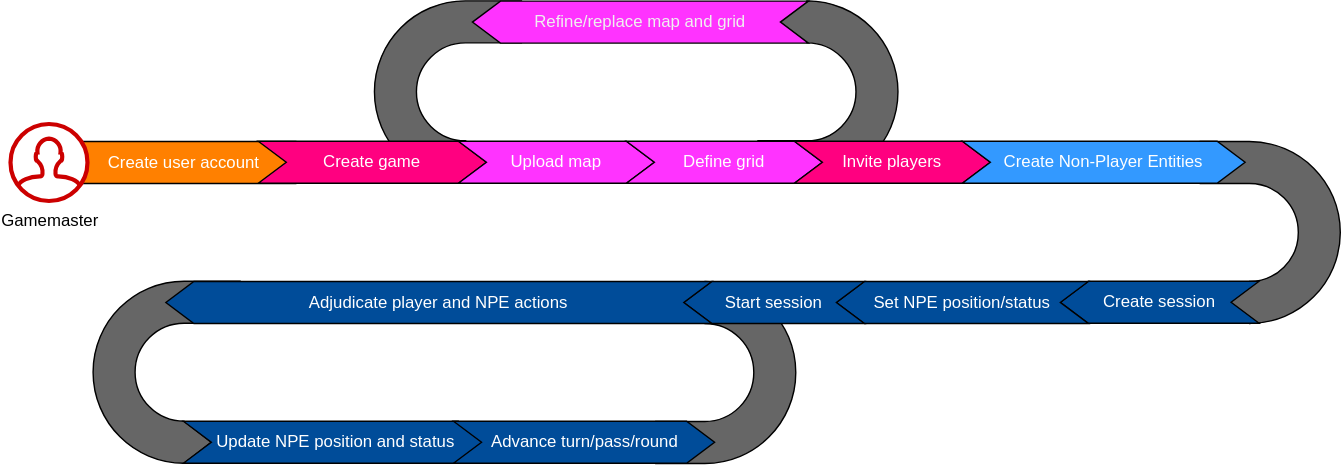
The draw.io diagram packages/docs/assets/gm-journey.drawio.svg in adamfitzpatrick/grid-wolf, before a commit. Source tidied: cells renumbered, new cells last; positions are measured from the earlier drawing's top-left corner, leaving out a move shared by most shapes. Source of this version:
```xml
<mxGraphModel background="#FFFFFF">
  <root>
    <mxCell id="0" />
    <mxCell id="1" parent="0" />
    <mxCell id="2" style="html=1;shadow=0;dashed=0;align=center;verticalAlign=middle;shape=mxgraph.arrows2.uTurnArrow;dy=15;arrowHead=30;dx2=19.3;strokeColor=default;strokeWidth=1;fillColor=#666666;flipV=0;flipH=1;" parent="1" vertex="1">
      <mxGeometry x="461" y="200.5" width="100" height="130" as="geometry" />
    </mxCell>
    <mxCell id="3" style="html=1;shadow=0;dashed=0;align=center;verticalAlign=middle;shape=mxgraph.arrows2.uTurnArrow;dy=15;arrowHead=30;dx2=19.3;strokeColor=default;strokeWidth=1;fillColor=#666666;flipV=1;flipH=1;" parent="1" vertex="1">
      <mxGeometry x="850" y="100.5" width="100" height="130" as="geometry" />
    </mxCell>
    <mxCell id="4" value="Create user account" style="shape=step;perimeter=stepPerimeter;whiteSpace=wrap;html=1;fixedSize=1;fillColor=#ff8000;fontColor=#ffffff;strokeColor=default;strokeWidth=1;" parent="1" vertex="1">
      <mxGeometry x="24" y="100.5" width="200" height="30" as="geometry" />
    </mxCell>
    <mxCell id="5" value="Gamemaster" style="html=1;verticalLabelPosition=bottom;align=center;labelBackgroundColor=#ffffff;verticalAlign=top;strokeWidth=3;strokeColor=#CC0000;shadow=0;dashed=0;shape=mxgraph.ios7.icons.user;sketch=0;fontColor=#000000;fillColor=#FFFFFF;" parent="1" vertex="1">
      <mxGeometry y="88" width="55" height="55" as="geometry" />
    </mxCell>
    <mxCell id="6" style="html=1;shadow=0;dashed=0;align=center;verticalAlign=middle;shape=mxgraph.arrows2.uTurnArrow;dy=15;arrowHead=30;dx2=19.3;strokeColor=default;strokeWidth=1;fillColor=#666666;flipV=1;flipH=0;" parent="1" vertex="1">
      <mxGeometry x="260" width="105" height="130" as="geometry" />
    </mxCell>
    <mxCell id="7" style="html=1;shadow=0;dashed=0;align=center;verticalAlign=middle;shape=mxgraph.arrows2.uTurnArrow;dy=15;arrowHead=30;dx2=19.3;strokeColor=default;strokeWidth=1;fillColor=#666666;flipV=0;flipH=1;" parent="1" vertex="1">
      <mxGeometry x="534" width="100" height="130" as="geometry" />
    </mxCell>
    <mxCell id="8" value="Create game" style="shape=step;perimeter=stepPerimeter;whiteSpace=wrap;html=1;fixedSize=1;fillColor=#ff0080;fontColor=#ffffff;strokeColor=default;strokeWidth=1;" parent="1" vertex="1">
      <mxGeometry x="177" y="100.3" width="163" height="30" as="geometry" />
    </mxCell>
    <mxCell id="9" value="Upload map" style="shape=step;perimeter=stepPerimeter;whiteSpace=wrap;html=1;fixedSize=1;fillColor=#ff33ff;fontColor=#ffffff;strokeColor=default;strokeWidth=1;" parent="1" vertex="1">
      <mxGeometry x="320" y="100.3" width="140" height="30" as="geometry" />
    </mxCell>
    <mxCell id="10" value="Define grid" style="shape=step;perimeter=stepPerimeter;whiteSpace=wrap;html=1;fixedSize=1;fillColor=#ff33ff;fontColor=#ffffff;strokeColor=default;strokeWidth=1;" parent="1" vertex="1">
      <mxGeometry x="440" y="100.3" width="140" height="30" as="geometry" />
    </mxCell>
    <mxCell id="11" value="&lt;span style=&quot;color: rgb(240, 240, 240);&quot;&gt;Refine/replace map and grid&lt;/span&gt;" style="shape=step;perimeter=stepPerimeter;whiteSpace=wrap;html=1;fixedSize=1;fillColor=#ff33ff;fontColor=#ffffff;strokeColor=default;flipH=1;" parent="1" vertex="1">
      <mxGeometry x="330" y="0.2" width="240" height="30" as="geometry" />
    </mxCell>
    <mxCell id="12" value="Invite players" style="shape=step;perimeter=stepPerimeter;whiteSpace=wrap;html=1;fixedSize=1;fillColor=#ff0080;fontColor=#ffffff;strokeColor=default;strokeWidth=1;" parent="1" vertex="1">
      <mxGeometry x="560" y="100.3" width="140" height="30" as="geometry" />
    </mxCell>
    <mxCell id="13" value="Create Non-Player Entities" style="shape=step;perimeter=stepPerimeter;whiteSpace=wrap;html=1;fixedSize=1;fillColor=#3399FF;fontColor=#ffffff;strokeColor=default;strokeWidth=1;" parent="1" vertex="1">
      <mxGeometry x="680" y="100.3" width="202" height="30" as="geometry" />
    </mxCell>
    <mxCell id="14" value="Create session" style="shape=step;perimeter=stepPerimeter;whiteSpace=wrap;html=1;fixedSize=1;fillColor=#004C99;fontColor=#ffffff;strokeColor=default;flipH=1;strokeWidth=1;" parent="1" vertex="1">
      <mxGeometry x="750" y="200.3" width="142" height="30" as="geometry" />
    </mxCell>
    <mxCell id="15" value="Set NPE position/status" style="shape=step;perimeter=stepPerimeter;whiteSpace=wrap;html=1;fixedSize=1;fillColor=#004C99;fontColor=#ffffff;strokeColor=default;flipH=1;strokeWidth=1;" parent="1" vertex="1">
      <mxGeometry x="590" y="200.5" width="180" height="30" as="geometry" />
    </mxCell>
    <mxCell id="16" value="Start session" style="shape=step;perimeter=stepPerimeter;whiteSpace=wrap;html=1;fixedSize=1;fillColor=#004C99;fontColor=#ffffff;strokeColor=default;flipH=1;strokeWidth=1;" parent="1" vertex="1">
      <mxGeometry x="481" y="200.5" width="129" height="30" as="geometry" />
    </mxCell>
    <mxCell id="17" style="html=1;shadow=0;dashed=0;align=center;verticalAlign=middle;shape=mxgraph.arrows2.uTurnArrow;dy=15;arrowHead=30;dx2=19.3;strokeColor=default;strokeWidth=1;fillColor=#666666;flipV=1;flipH=0;" parent="1" vertex="1">
      <mxGeometry x="59" y="200.3" width="105" height="130" as="geometry" />
    </mxCell>
    <mxCell id="18" value="Adjudicate player and NPE actions" style="shape=step;perimeter=stepPerimeter;whiteSpace=wrap;html=1;fixedSize=1;fillColor=#004C99;fontColor=#ffffff;strokeColor=default;flipH=1;strokeWidth=1;" parent="1" vertex="1">
      <mxGeometry x="111" y="200.5" width="390" height="30" as="geometry" />
    </mxCell>
    <mxCell id="19" value="Update NPE position and status" style="shape=step;perimeter=stepPerimeter;whiteSpace=wrap;html=1;fixedSize=1;fillColor=#004C99;fontColor=#ffffff;strokeColor=default;flipH=0;strokeWidth=1;" parent="1" vertex="1">
      <mxGeometry x="123.5" y="300.3" width="216.5" height="30" as="geometry" />
    </mxCell>
    <mxCell id="20" value="Advance turn/pass/round" style="shape=step;perimeter=stepPerimeter;whiteSpace=wrap;html=1;fixedSize=1;fillColor=#004C99;fontColor=#ffffff;strokeColor=default;flipH=0;strokeWidth=1;" parent="1" vertex="1">
      <mxGeometry x="316.5" y="300.3" width="186.5" height="30" as="geometry" />
    </mxCell>
  </root>
</mxGraphModel>
```
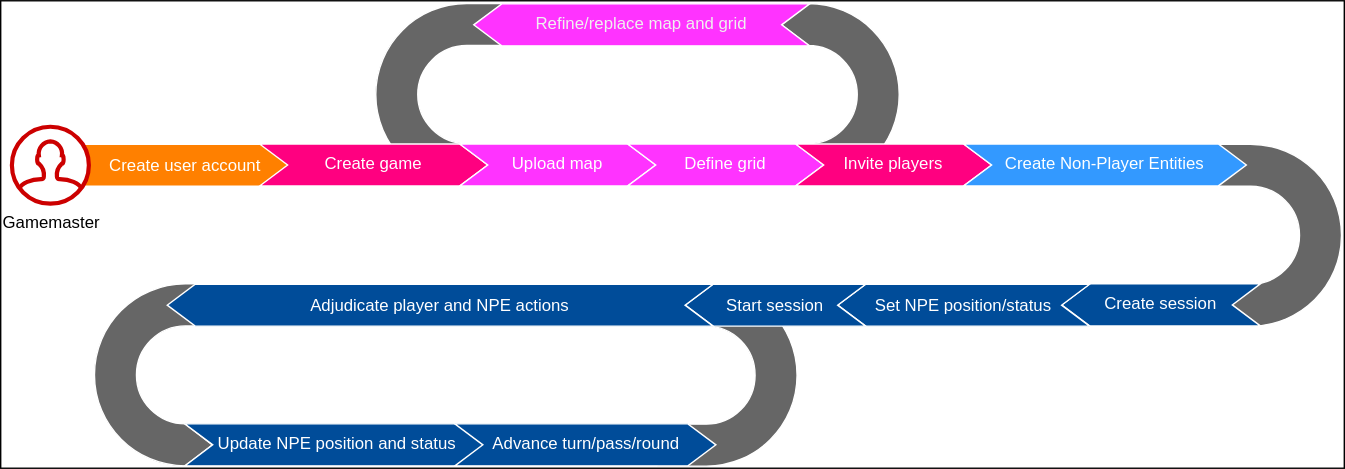
Later version of the same file.

Commit message:
Correct color problems in diagrams

Diff of the diagram source:
```diff
@@ -1,62 +1,65 @@
-<mxGraphModel background="#FFFFFF">
+<mxGraphModel>
   <root>
     <mxCell id="0" />
     <mxCell id="1" parent="0" />
+    <mxCell id="21" style="rounded=0;whiteSpace=wrap;html=1;strokeColor=default;fillColor=#FFFFFF;" parent="1" vertex="1">
+      <mxGeometry x="-8" y="-2" width="960" height="334" as="geometry" />
+    </mxCell>
-    <mxCell id="2" style="html=1;shadow=0;dashed=0;align=center;verticalAlign=middle;shape=mxgraph.arrows2.uTurnArrow;dy=15;arrowHead=30;dx2=19.3;strokeColor=default;strokeWidth=1;fillColor=#666666;flipV=0;flipH=1;" parent="1" vertex="1">
+    <mxCell id="2" style="html=1;shadow=0;dashed=0;align=center;verticalAlign=middle;shape=mxgraph.arrows2.uTurnArrow;dy=15;arrowHead=30;dx2=19.3;strokeColor=#FFFFFF;strokeWidth=1;fillColor=#666666;flipV=0;flipH=1;" parent="1" vertex="1">
       <mxGeometry x="461" y="200.5" width="100" height="130" as="geometry" />
     </mxCell>
-    <mxCell id="3" style="html=1;shadow=0;dashed=0;align=center;verticalAlign=middle;shape=mxgraph.arrows2.uTurnArrow;dy=15;arrowHead=30;dx2=19.3;strokeColor=default;strokeWidth=1;fillColor=#666666;flipV=1;flipH=1;" parent="1" vertex="1">
+    <mxCell id="3" style="html=1;shadow=0;dashed=0;align=center;verticalAlign=middle;shape=mxgraph.arrows2.uTurnArrow;dy=15;arrowHead=30;dx2=19.3;strokeColor=#FFFFFF;strokeWidth=1;fillColor=#666666;flipV=1;flipH=1;" parent="1" vertex="1">
       <mxGeometry x="850" y="100.5" width="100" height="130" as="geometry" />
     </mxCell>
-    <mxCell id="4" value="Create user account" style="shape=step;perimeter=stepPerimeter;whiteSpace=wrap;html=1;fixedSize=1;fillColor=#ff8000;fontColor=#ffffff;strokeColor=default;strokeWidth=1;" parent="1" vertex="1">
+    <mxCell id="4" value="Create user account" style="shape=step;perimeter=stepPerimeter;whiteSpace=wrap;html=1;fixedSize=1;fillColor=#ff8000;fontColor=#ffffff;strokeColor=#FFFFFF;strokeWidth=1;" parent="1" vertex="1">
       <mxGeometry x="24" y="100.5" width="200" height="30" as="geometry" />
     </mxCell>
     <mxCell id="5" value="Gamemaster" style="html=1;verticalLabelPosition=bottom;align=center;labelBackgroundColor=#ffffff;verticalAlign=top;strokeWidth=3;strokeColor=#CC0000;shadow=0;dashed=0;shape=mxgraph.ios7.icons.user;sketch=0;fontColor=#000000;fillColor=#FFFFFF;" parent="1" vertex="1">
       <mxGeometry y="88" width="55" height="55" as="geometry" />
     </mxCell>
-    <mxCell id="6" style="html=1;shadow=0;dashed=0;align=center;verticalAlign=middle;shape=mxgraph.arrows2.uTurnArrow;dy=15;arrowHead=30;dx2=19.3;strokeColor=default;strokeWidth=1;fillColor=#666666;flipV=1;flipH=0;" parent="1" vertex="1">
+    <mxCell id="6" style="html=1;shadow=0;dashed=0;align=center;verticalAlign=middle;shape=mxgraph.arrows2.uTurnArrow;dy=15;arrowHead=30;dx2=19.3;strokeColor=#FFFFFF;strokeWidth=1;fillColor=#666666;flipV=1;flipH=0;" parent="1" vertex="1">
       <mxGeometry x="260" width="105" height="130" as="geometry" />
     </mxCell>
-    <mxCell id="7" style="html=1;shadow=0;dashed=0;align=center;verticalAlign=middle;shape=mxgraph.arrows2.uTurnArrow;dy=15;arrowHead=30;dx2=19.3;strokeColor=default;strokeWidth=1;fillColor=#666666;flipV=0;flipH=1;" parent="1" vertex="1">
+    <mxCell id="7" style="html=1;shadow=0;dashed=0;align=center;verticalAlign=middle;shape=mxgraph.arrows2.uTurnArrow;dy=15;arrowHead=30;dx2=19.3;strokeColor=#FFFFFF;strokeWidth=1;fillColor=#666666;flipV=0;flipH=1;" parent="1" vertex="1">
       <mxGeometry x="534" width="100" height="130" as="geometry" />
     </mxCell>
-    <mxCell id="8" value="Create game" style="shape=step;perimeter=stepPerimeter;whiteSpace=wrap;html=1;fixedSize=1;fillColor=#ff0080;fontColor=#ffffff;strokeColor=default;strokeWidth=1;" parent="1" vertex="1">
+    <mxCell id="8" value="Create game" style="shape=step;perimeter=stepPerimeter;whiteSpace=wrap;html=1;fixedSize=1;fillColor=#ff0080;fontColor=#ffffff;strokeColor=#FFFFFF;strokeWidth=1;" parent="1" vertex="1">
       <mxGeometry x="177" y="100.3" width="163" height="30" as="geometry" />
     </mxCell>
-    <mxCell id="9" value="Upload map" style="shape=step;perimeter=stepPerimeter;whiteSpace=wrap;html=1;fixedSize=1;fillColor=#ff33ff;fontColor=#ffffff;strokeColor=default;strokeWidth=1;" parent="1" vertex="1">
+    <mxCell id="9" value="Upload map" style="shape=step;perimeter=stepPerimeter;whiteSpace=wrap;html=1;fixedSize=1;fillColor=#ff33ff;fontColor=#ffffff;strokeColor=#FFFFFF;strokeWidth=1;" parent="1" vertex="1">
       <mxGeometry x="320" y="100.3" width="140" height="30" as="geometry" />
     </mxCell>
-    <mxCell id="10" value="Define grid" style="shape=step;perimeter=stepPerimeter;whiteSpace=wrap;html=1;fixedSize=1;fillColor=#ff33ff;fontColor=#ffffff;strokeColor=default;strokeWidth=1;" parent="1" vertex="1">
+    <mxCell id="10" value="Define grid" style="shape=step;perimeter=stepPerimeter;whiteSpace=wrap;html=1;fixedSize=1;fillColor=#ff33ff;fontColor=#ffffff;strokeColor=#FFFFFF;strokeWidth=1;" parent="1" vertex="1">
       <mxGeometry x="440" y="100.3" width="140" height="30" as="geometry" />
     </mxCell>
-    <mxCell id="11" value="&lt;span style=&quot;color: rgb(240, 240, 240);&quot;&gt;Refine/replace map and grid&lt;/span&gt;" style="shape=step;perimeter=stepPerimeter;whiteSpace=wrap;html=1;fixedSize=1;fillColor=#ff33ff;fontColor=#ffffff;strokeColor=default;flipH=1;" parent="1" vertex="1">
+    <mxCell id="11" value="&lt;span style=&quot;color: rgb(240, 240, 240);&quot;&gt;Refine/replace map and grid&lt;/span&gt;" style="shape=step;perimeter=stepPerimeter;whiteSpace=wrap;html=1;fixedSize=1;fillColor=#ff33ff;fontColor=#ffffff;strokeColor=#FFFFFF;flipH=1;" parent="1" vertex="1">
       <mxGeometry x="330" y="0.2" width="240" height="30" as="geometry" />
     </mxCell>
-    <mxCell id="12" value="Invite players" style="shape=step;perimeter=stepPerimeter;whiteSpace=wrap;html=1;fixedSize=1;fillColor=#ff0080;fontColor=#ffffff;strokeColor=default;strokeWidth=1;" parent="1" vertex="1">
+    <mxCell id="12" value="Invite players" style="shape=step;perimeter=stepPerimeter;whiteSpace=wrap;html=1;fixedSize=1;fillColor=#ff0080;fontColor=#ffffff;strokeColor=#FFFFFF;strokeWidth=1;" parent="1" vertex="1">
       <mxGeometry x="560" y="100.3" width="140" height="30" as="geometry" />
     </mxCell>
-    <mxCell id="13" value="Create Non-Player Entities" style="shape=step;perimeter=stepPerimeter;whiteSpace=wrap;html=1;fixedSize=1;fillColor=#3399FF;fontColor=#ffffff;strokeColor=default;strokeWidth=1;" parent="1" vertex="1">
+    <mxCell id="13" value="Create Non-Player Entities" style="shape=step;perimeter=stepPerimeter;whiteSpace=wrap;html=1;fixedSize=1;fillColor=#3399FF;fontColor=#ffffff;strokeColor=#FFFFFF;strokeWidth=1;" parent="1" vertex="1">
       <mxGeometry x="680" y="100.3" width="202" height="30" as="geometry" />
     </mxCell>
-    <mxCell id="14" value="Create session" style="shape=step;perimeter=stepPerimeter;whiteSpace=wrap;html=1;fixedSize=1;fillColor=#004C99;fontColor=#ffffff;strokeColor=default;flipH=1;strokeWidth=1;" parent="1" vertex="1">
+    <mxCell id="14" value="Create session" style="shape=step;perimeter=stepPerimeter;whiteSpace=wrap;html=1;fixedSize=1;fillColor=#004C99;fontColor=#ffffff;strokeColor=#FFFFFF;flipH=1;strokeWidth=1;" parent="1" vertex="1">
       <mxGeometry x="750" y="200.3" width="142" height="30" as="geometry" />
     </mxCell>
-    <mxCell id="15" value="Set NPE position/status" style="shape=step;perimeter=stepPerimeter;whiteSpace=wrap;html=1;fixedSize=1;fillColor=#004C99;fontColor=#ffffff;strokeColor=default;flipH=1;strokeWidth=1;" parent="1" vertex="1">
+    <mxCell id="15" value="Set NPE position/status" style="shape=step;perimeter=stepPerimeter;whiteSpace=wrap;html=1;fixedSize=1;fillColor=#004C99;fontColor=#ffffff;strokeColor=#FFFFFF;flipH=1;strokeWidth=1;" parent="1" vertex="1">
       <mxGeometry x="590" y="200.5" width="180" height="30" as="geometry" />
     </mxCell>
-    <mxCell id="16" value="Start session" style="shape=step;perimeter=stepPerimeter;whiteSpace=wrap;html=1;fixedSize=1;fillColor=#004C99;fontColor=#ffffff;strokeColor=default;flipH=1;strokeWidth=1;" parent="1" vertex="1">
+    <mxCell id="16" value="Start session" style="shape=step;perimeter=stepPerimeter;whiteSpace=wrap;html=1;fixedSize=1;fillColor=#004C99;fontColor=#ffffff;strokeColor=#FFFFFF;flipH=1;strokeWidth=1;" parent="1" vertex="1">
       <mxGeometry x="481" y="200.5" width="129" height="30" as="geometry" />
     </mxCell>
-    <mxCell id="17" style="html=1;shadow=0;dashed=0;align=center;verticalAlign=middle;shape=mxgraph.arrows2.uTurnArrow;dy=15;arrowHead=30;dx2=19.3;strokeColor=default;strokeWidth=1;fillColor=#666666;flipV=1;flipH=0;" parent="1" vertex="1">
+    <mxCell id="17" style="html=1;shadow=0;dashed=0;align=center;verticalAlign=middle;shape=mxgraph.arrows2.uTurnArrow;dy=15;arrowHead=30;dx2=19.3;strokeColor=#FFFFFF;strokeWidth=1;fillColor=#666666;flipV=1;flipH=0;" parent="1" vertex="1">
       <mxGeometry x="59" y="200.3" width="105" height="130" as="geometry" />
     </mxCell>
-    <mxCell id="18" value="Adjudicate player and NPE actions" style="shape=step;perimeter=stepPerimeter;whiteSpace=wrap;html=1;fixedSize=1;fillColor=#004C99;fontColor=#ffffff;strokeColor=default;flipH=1;strokeWidth=1;" parent="1" vertex="1">
+    <mxCell id="18" value="Adjudicate player and NPE actions" style="shape=step;perimeter=stepPerimeter;whiteSpace=wrap;html=1;fixedSize=1;fillColor=#004C99;fontColor=#ffffff;strokeColor=#FFFFFF;flipH=1;strokeWidth=1;" parent="1" vertex="1">
       <mxGeometry x="111" y="200.5" width="390" height="30" as="geometry" />
     </mxCell>
-    <mxCell id="19" value="Update NPE position and status" style="shape=step;perimeter=stepPerimeter;whiteSpace=wrap;html=1;fixedSize=1;fillColor=#004C99;fontColor=#ffffff;strokeColor=default;flipH=0;strokeWidth=1;" parent="1" vertex="1">
+    <mxCell id="19" value="Update NPE position and status" style="shape=step;perimeter=stepPerimeter;whiteSpace=wrap;html=1;fixedSize=1;fillColor=#004C99;fontColor=#ffffff;strokeColor=#FFFFFF;flipH=0;strokeWidth=1;" parent="1" vertex="1">
       <mxGeometry x="123.5" y="300.3" width="216.5" height="30" as="geometry" />
     </mxCell>
-    <mxCell id="20" value="Advance turn/pass/round" style="shape=step;perimeter=stepPerimeter;whiteSpace=wrap;html=1;fixedSize=1;fillColor=#004C99;fontColor=#ffffff;strokeColor=default;flipH=0;strokeWidth=1;" parent="1" vertex="1">
+    <mxCell id="20" value="Advance turn/pass/round" style="shape=step;perimeter=stepPerimeter;whiteSpace=wrap;html=1;fixedSize=1;fillColor=#004C99;fontColor=#ffffff;strokeColor=#FFFFFF;flipH=0;strokeWidth=1;" parent="1" vertex="1">
       <mxGeometry x="316.5" y="300.3" width="186.5" height="30" as="geometry" />
     </mxCell>
   </root>
```
